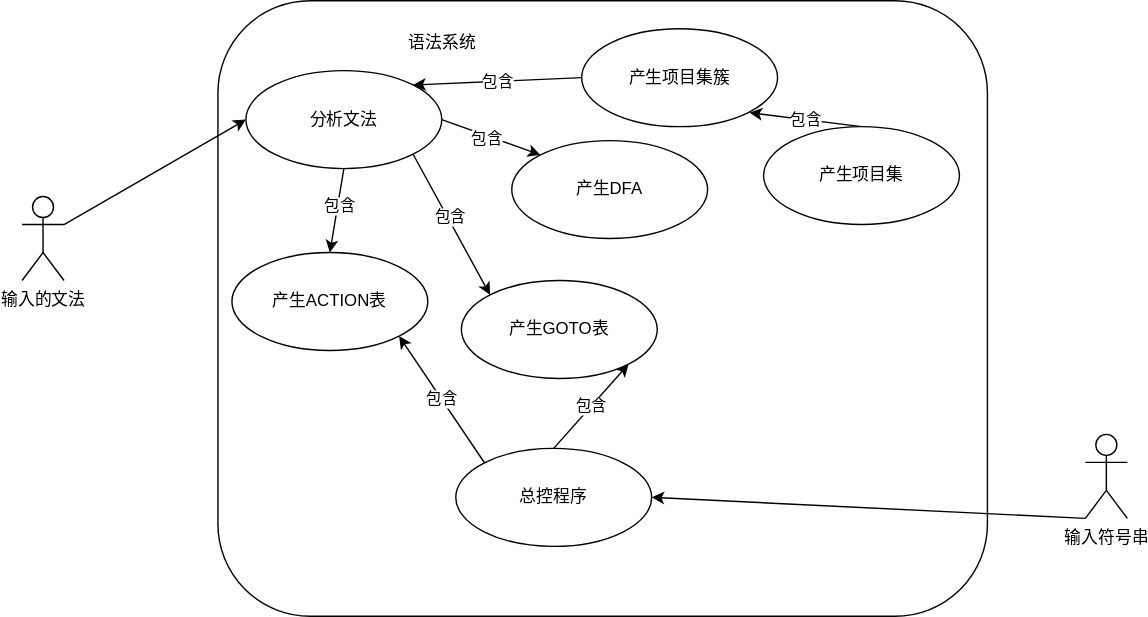
Before: numberEight/case.svg, a diagram exported from draw.io (yuzhi535/compiler). Source tidied: cells renumbered, new cells last; positions are measured from the earlier drawing's top-left corner, leaving out a move shared by most shapes. Its diagram source:
```xml
<mxGraphModel>
  <root>
    <mxCell id="0" />
    <mxCell id="1" parent="0" />
    <mxCell id="2" style="rounded=1;whiteSpace=wrap;html=1;" parent="1" vertex="1">
      <mxGeometry x="140" width="550" height="440" as="geometry" />
    </mxCell>
    <mxCell id="3" style="edgeStyle=none;html=1;exitX=0;exitY=1;exitDx=0;exitDy=0;exitPerimeter=0;entryX=1;entryY=0.5;entryDx=0;entryDy=0;" parent="1" edge="1" source="4" target="24">
      <mxGeometry relative="1" as="geometry" />
    </mxCell>
    <mxCell id="4" value="输入符号串" style="shape=umlActor;html=1;verticalLabelPosition=bottom;verticalAlign=top;align=center;" parent="1" vertex="1">
      <mxGeometry x="760" y="310" width="30" height="60" as="geometry" />
    </mxCell>
    <mxCell id="5" style="edgeStyle=none;html=1;exitX=1;exitY=0.3333333333333333;exitDx=0;exitDy=0;exitPerimeter=0;entryX=0;entryY=0.5;entryDx=0;entryDy=0;" parent="1" edge="1" source="6" target="14">
      <mxGeometry relative="1" as="geometry" />
    </mxCell>
    <mxCell id="6" value="输入的文法" style="shape=umlActor;html=1;verticalLabelPosition=bottom;verticalAlign=top;align=center;" parent="1" vertex="1">
      <mxGeometry y="140" width="30" height="60" as="geometry" />
    </mxCell>
    <mxCell id="7" value="语法系统" style="text;html=1;align=center;verticalAlign=middle;strokeColor=none;" parent="1" vertex="1">
      <mxGeometry x="270" y="20" width="60" height="20" as="geometry" />
    </mxCell>
    <mxCell id="8" style="edgeStyle=none;html=1;exitX=1;exitY=0.5;exitDx=0;exitDy=0;entryX=0;entryY=0;entryDx=0;entryDy=0;" parent="1" edge="1" source="14" target="15">
      <mxGeometry relative="1" as="geometry" />
    </mxCell>
    <mxCell id="9" value="包含" style="edgeLabel;html=1;align=center;verticalAlign=middle;" parent="8" vertex="1">
      <mxGeometry x="-0.11" y="-2" relative="1" as="geometry" />
    </mxCell>
    <mxCell id="10" style="edgeStyle=none;html=1;exitX=0.5;exitY=1;exitDx=0;exitDy=0;entryX=0.5;entryY=0;entryDx=0;entryDy=0;" parent="1" edge="1" source="14" target="16">
      <mxGeometry relative="1" as="geometry" />
    </mxCell>
    <mxCell id="11" value="包含" style="edgeLabel;html=1;align=center;verticalAlign=middle;" parent="10" vertex="1">
      <mxGeometry x="-0.14" y="1" relative="1" as="geometry" />
    </mxCell>
    <mxCell id="12" style="edgeStyle=none;html=1;exitX=1;exitY=1;exitDx=0;exitDy=0;entryX=0;entryY=0;entryDx=0;entryDy=0;" parent="1" edge="1" source="14" target="17">
      <mxGeometry relative="1" as="geometry" />
    </mxCell>
    <mxCell id="13" value="包含" style="edgeLabel;html=1;align=center;verticalAlign=middle;" parent="12" vertex="1">
      <mxGeometry x="-0.08" y="1" relative="1" as="geometry">
        <mxPoint y="-1" as="offset" />
      </mxGeometry>
    </mxCell>
    <mxCell id="14" value="分析文法" style="ellipse;whiteSpace=wrap;html=1;" parent="1" vertex="1">
      <mxGeometry x="160" y="50" width="140" height="70" as="geometry" />
    </mxCell>
    <mxCell id="15" value="产生DFA" style="ellipse;whiteSpace=wrap;html=1;" parent="1" vertex="1">
      <mxGeometry x="350" y="100" width="140" height="70" as="geometry" />
    </mxCell>
    <mxCell id="16" value="产生ACTION表" style="ellipse;whiteSpace=wrap;html=1;" parent="1" vertex="1">
      <mxGeometry x="150" y="180" width="140" height="70" as="geometry" />
    </mxCell>
    <mxCell id="17" value="产生GOTO表" style="ellipse;whiteSpace=wrap;html=1;" parent="1" vertex="1">
      <mxGeometry x="314" y="200" width="140" height="70" as="geometry" />
    </mxCell>
    <mxCell id="18" value="包含" style="edgeStyle=none;html=1;exitX=0;exitY=0.5;exitDx=0;exitDy=0;entryX=1;entryY=0;entryDx=0;entryDy=0;" parent="1" edge="1" source="19" target="14">
      <mxGeometry relative="1" as="geometry" />
    </mxCell>
    <mxCell id="19" value="产生项目集簇" style="ellipse;whiteSpace=wrap;html=1;" parent="1" vertex="1">
      <mxGeometry x="400" y="20" width="140" height="70" as="geometry" />
    </mxCell>
    <mxCell id="20" value="包含" style="edgeStyle=none;html=1;exitX=0.5;exitY=0;exitDx=0;exitDy=0;" parent="1" edge="1" source="21">
      <mxGeometry relative="1" as="geometry">
        <mxPoint x="520" y="80" as="targetPoint" />
      </mxGeometry>
    </mxCell>
    <mxCell id="21" value="产生项目集" style="ellipse;whiteSpace=wrap;html=1;" parent="1" vertex="1">
      <mxGeometry x="530" y="90" width="140" height="70" as="geometry" />
    </mxCell>
    <mxCell id="22" value="包含" style="edgeStyle=none;html=1;exitX=0.5;exitY=0;exitDx=0;exitDy=0;entryX=1;entryY=1;entryDx=0;entryDy=0;" parent="1" edge="1" source="24" target="17">
      <mxGeometry relative="1" as="geometry" />
    </mxCell>
    <mxCell id="23" value="包含" style="edgeStyle=none;html=1;exitX=0;exitY=0;exitDx=0;exitDy=0;entryX=1;entryY=1;entryDx=0;entryDy=0;" parent="1" edge="1" source="24" target="16">
      <mxGeometry relative="1" as="geometry" />
    </mxCell>
    <mxCell id="24" value="总控程序" style="ellipse;whiteSpace=wrap;html=1;" parent="1" vertex="1">
      <mxGeometry x="310" y="320" width="140" height="70" as="geometry" />
    </mxCell>
  </root>
</mxGraphModel>
```
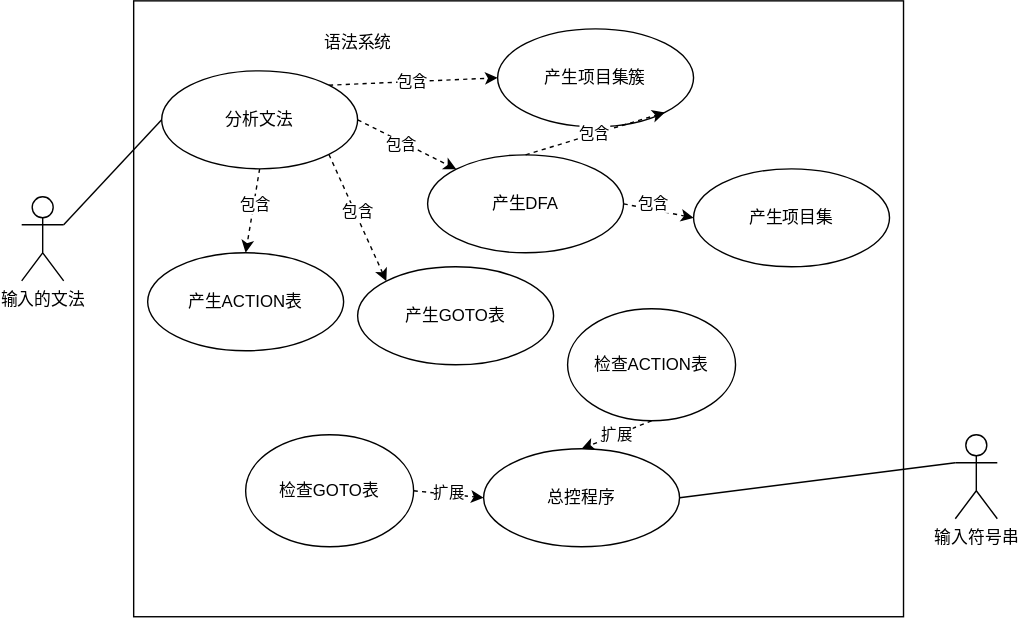
Later version of the same file.

The edit, as a diff of the source:
```diff
@@ -2,37 +2,37 @@
   <root>
     <mxCell id="0" />
     <mxCell id="1" parent="0" />
-    <mxCell id="2" style="rounded=1;whiteSpace=wrap;html=1;" parent="1" vertex="1">
+    <mxCell id="2" style="rounded=0;whiteSpace=wrap;html=1;" parent="1" vertex="1">
       <mxGeometry x="140" width="550" height="440" as="geometry" />
     </mxCell>
-    <mxCell id="3" style="edgeStyle=none;html=1;exitX=0;exitY=1;exitDx=0;exitDy=0;exitPerimeter=0;entryX=1;entryY=0.5;entryDx=0;entryDy=0;" parent="1" edge="1" source="4" target="24">
+    <mxCell id="3" style="edgeStyle=none;html=1;exitX=0;exitY=0.3333333333333333;exitDx=0;exitDy=0;exitPerimeter=0;entryX=1;entryY=0.5;entryDx=0;entryDy=0;endArrow=none;endFill=0;" parent="1" edge="1" source="4" target="24">
       <mxGeometry relative="1" as="geometry" />
     </mxCell>
     <mxCell id="4" value="输入符号串" style="shape=umlActor;html=1;verticalLabelPosition=bottom;verticalAlign=top;align=center;" parent="1" vertex="1">
-      <mxGeometry x="760" y="310" width="30" height="60" as="geometry" />
+      <mxGeometry x="727" y="310" width="30" height="60" as="geometry" />
     </mxCell>
-    <mxCell id="5" style="edgeStyle=none;html=1;exitX=1;exitY=0.3333333333333333;exitDx=0;exitDy=0;exitPerimeter=0;entryX=0;entryY=0.5;entryDx=0;entryDy=0;" parent="1" edge="1" source="6" target="14">
+    <mxCell id="5" style="edgeStyle=none;html=1;exitX=1;exitY=0.3333333333333333;exitDx=0;exitDy=0;exitPerimeter=0;entryX=0;entryY=0.5;entryDx=0;entryDy=0;endArrow=none;endFill=0;" parent="1" edge="1" source="6" target="14">
       <mxGeometry relative="1" as="geometry" />
     </mxCell>
     <mxCell id="6" value="输入的文法" style="shape=umlActor;html=1;verticalLabelPosition=bottom;verticalAlign=top;align=center;" parent="1" vertex="1">
-      <mxGeometry y="140" width="30" height="60" as="geometry" />
+      <mxGeometry x="60" y="140" width="30" height="60" as="geometry" />
     </mxCell>
     <mxCell id="7" value="语法系统" style="text;html=1;align=center;verticalAlign=middle;strokeColor=none;" parent="1" vertex="1">
       <mxGeometry x="270" y="20" width="60" height="20" as="geometry" />
     </mxCell>
-    <mxCell id="8" style="edgeStyle=none;html=1;exitX=1;exitY=0.5;exitDx=0;exitDy=0;entryX=0;entryY=0;entryDx=0;entryDy=0;" parent="1" edge="1" source="14" target="15">
+    <mxCell id="8" style="edgeStyle=none;html=1;exitX=1;exitY=0.5;exitDx=0;exitDy=0;entryX=0;entryY=0;entryDx=0;entryDy=0;dashed=1;" parent="1" edge="1" source="14" target="15">
       <mxGeometry relative="1" as="geometry" />
     </mxCell>
     <mxCell id="9" value="包含" style="edgeLabel;html=1;align=center;verticalAlign=middle;" parent="8" vertex="1">
       <mxGeometry x="-0.11" y="-2" relative="1" as="geometry" />
     </mxCell>
-    <mxCell id="10" style="edgeStyle=none;html=1;exitX=0.5;exitY=1;exitDx=0;exitDy=0;entryX=0.5;entryY=0;entryDx=0;entryDy=0;" parent="1" edge="1" source="14" target="16">
+    <mxCell id="10" style="edgeStyle=none;html=1;exitX=0.5;exitY=1;exitDx=0;exitDy=0;entryX=0.5;entryY=0;entryDx=0;entryDy=0;dashed=1;" parent="1" edge="1" source="14" target="16">
       <mxGeometry relative="1" as="geometry" />
     </mxCell>
     <mxCell id="11" value="包含" style="edgeLabel;html=1;align=center;verticalAlign=middle;" parent="10" vertex="1">
       <mxGeometry x="-0.14" y="1" relative="1" as="geometry" />
     </mxCell>
-    <mxCell id="12" style="edgeStyle=none;html=1;exitX=1;exitY=1;exitDx=0;exitDy=0;entryX=0;entryY=0;entryDx=0;entryDy=0;" parent="1" edge="1" source="14" target="17">
+    <mxCell id="12" style="edgeStyle=none;html=1;exitX=1;exitY=1;exitDx=0;exitDy=0;entryX=0;entryY=0;entryDx=0;entryDy=0;dashed=1;" parent="1" edge="1" source="14" target="17">
       <mxGeometry relative="1" as="geometry" />
     </mxCell>
     <mxCell id="13" value="包含" style="edgeLabel;html=1;align=center;verticalAlign=middle;" parent="12" vertex="1">
@@ -43,37 +43,49 @@
     <mxCell id="14" value="分析文法" style="ellipse;whiteSpace=wrap;html=1;" parent="1" vertex="1">
       <mxGeometry x="160" y="50" width="140" height="70" as="geometry" />
     </mxCell>
+    <mxCell id="25" style="edgeStyle=none;html=1;exitX=1;exitY=0.5;exitDx=0;exitDy=0;entryX=0;entryY=0.5;entryDx=0;entryDy=0;dashed=1;endArrow=classic;endFill=1;" parent="1" edge="1" source="15" target="21">
+      <mxGeometry relative="1" as="geometry" />
+    </mxCell>
+    <mxCell id="26" value="包含" style="edgeLabel;html=1;align=center;verticalAlign=middle;" parent="25" vertex="1">
+      <mxGeometry x="0.14" y="-1" relative="1" as="geometry">
+        <mxPoint x="-8" y="-7" as="offset" />
+      </mxGeometry>
+    </mxCell>
     <mxCell id="15" value="产生DFA" style="ellipse;whiteSpace=wrap;html=1;" parent="1" vertex="1">
-      <mxGeometry x="350" y="100" width="140" height="70" as="geometry" />
+      <mxGeometry x="350" y="110" width="140" height="70" as="geometry" />
     </mxCell>
     <mxCell id="16" value="产生ACTION表" style="ellipse;whiteSpace=wrap;html=1;" parent="1" vertex="1">
       <mxGeometry x="150" y="180" width="140" height="70" as="geometry" />
     </mxCell>
     <mxCell id="17" value="产生GOTO表" style="ellipse;whiteSpace=wrap;html=1;" parent="1" vertex="1">
-      <mxGeometry x="314" y="200" width="140" height="70" as="geometry" />
+      <mxGeometry x="300" y="190" width="140" height="70" as="geometry" />
     </mxCell>
-    <mxCell id="18" value="包含" style="edgeStyle=none;html=1;exitX=0;exitY=0.5;exitDx=0;exitDy=0;entryX=1;entryY=0;entryDx=0;entryDy=0;" parent="1" edge="1" source="19" target="14">
+    <mxCell id="18" value="包含" style="edgeStyle=none;html=1;entryX=0;entryY=0.5;entryDx=0;entryDy=0;dashed=1;exitX=1;exitY=0;exitDx=0;exitDy=0;" parent="1" edge="1" source="14" target="19">
       <mxGeometry relative="1" as="geometry" />
     </mxCell>
     <mxCell id="19" value="产生项目集簇" style="ellipse;whiteSpace=wrap;html=1;" parent="1" vertex="1">
       <mxGeometry x="400" y="20" width="140" height="70" as="geometry" />
     </mxCell>
-    <mxCell id="20" value="包含" style="edgeStyle=none;html=1;exitX=0.5;exitY=0;exitDx=0;exitDy=0;" parent="1" edge="1" source="21">
-      <mxGeometry relative="1" as="geometry">
-        <mxPoint x="520" y="80" as="targetPoint" />
-      </mxGeometry>
+    <mxCell id="20" value="包含" style="edgeStyle=none;html=1;exitX=0.5;exitY=0;exitDx=0;exitDy=0;dashed=1;entryX=1;entryY=1;entryDx=0;entryDy=0;" parent="1" edge="1" source="15" target="19">
+      <mxGeometry relative="1" as="geometry" />
     </mxCell>
     <mxCell id="21" value="产生项目集" style="ellipse;whiteSpace=wrap;html=1;" parent="1" vertex="1">
-      <mxGeometry x="530" y="90" width="140" height="70" as="geometry" />
+      <mxGeometry x="540" y="120" width="140" height="70" as="geometry" />
     </mxCell>
-    <mxCell id="22" value="包含" style="edgeStyle=none;html=1;exitX=0.5;exitY=0;exitDx=0;exitDy=0;entryX=1;entryY=1;entryDx=0;entryDy=0;" parent="1" edge="1" source="24" target="17">
-      <mxGeometry relative="1" as="geometry" />
-    </mxCell>
-    <mxCell id="23" value="包含" style="edgeStyle=none;html=1;exitX=0;exitY=0;exitDx=0;exitDy=0;entryX=1;entryY=1;entryDx=0;entryDy=0;" parent="1" edge="1" source="24" target="16">
-      <mxGeometry relative="1" as="geometry" />
-    </mxCell>
     <mxCell id="24" value="总控程序" style="ellipse;whiteSpace=wrap;html=1;" parent="1" vertex="1">
-      <mxGeometry x="310" y="320" width="140" height="70" as="geometry" />
+      <mxGeometry x="390" y="320" width="140" height="70" as="geometry" />
     </mxCell>
+    <mxCell id="27" value="扩展" style="edgeStyle=none;html=1;exitX=0.5;exitY=1;exitDx=0;exitDy=0;entryX=0.5;entryY=0;entryDx=0;entryDy=0;dashed=1;endArrow=classic;endFill=1;" parent="1" edge="1" source="28" target="24">
+      <mxGeometry relative="1" as="geometry" />
+    </mxCell>
+    <mxCell id="28" value="检查ACTION表" style="ellipse;whiteSpace=wrap;html=1;" parent="1" vertex="1">
+      <mxGeometry x="450" y="220" width="120" height="80" as="geometry" />
+    </mxCell>
+    <mxCell id="29" value="扩展" style="edgeStyle=none;html=1;exitX=1;exitY=0.5;exitDx=0;exitDy=0;entryX=0;entryY=0.5;entryDx=0;entryDy=0;dashed=1;endArrow=classic;endFill=1;" parent="1" edge="1" source="30" target="24">
+      <mxGeometry relative="1" as="geometry" />
+    </mxCell>
+    <mxCell id="30" value="检查GOTO表" style="ellipse;whiteSpace=wrap;html=1;" parent="1" vertex="1">
+      <mxGeometry x="220" y="310" width="120" height="80" as="geometry" />
+    </mxCell>
   </root>
 </mxGraphModel>
```
